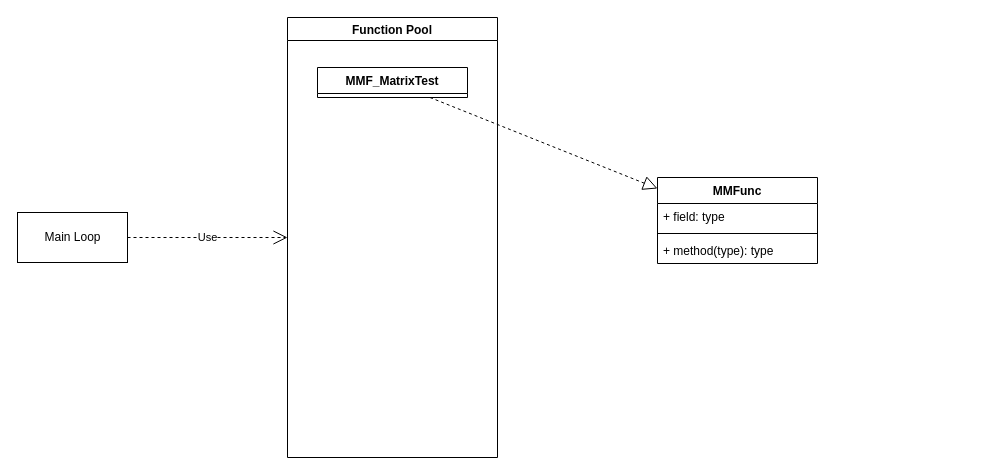
Before: page "功能池" (2 of 2) of doc/MagicMatrix.drawio in AaronMingCN/MagicMatrix, a draw.io diagram. Source tidied: cells renumbered, new cells numbered last; positions are measured from the earlier drawing's top-left corner, leaving out a move shared by most shapes. Both pictures are drawn from the tidied source at 100%, with x=0, y=0 at pixel (17, 17).
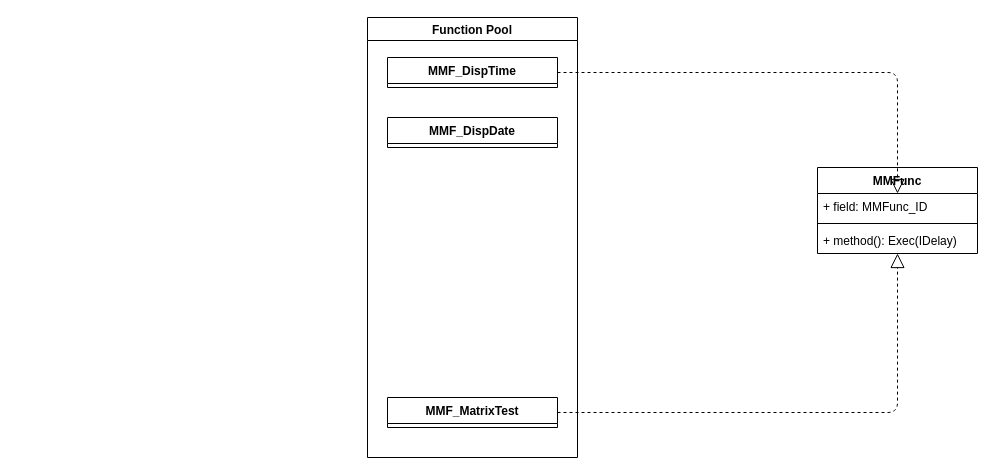
After the change.

Diff of the diagram source:
```diff
@@
 <mxGraphModel>
   <root>
     <mxCell id="0" />
     <mxCell id="1" parent="0" />
     <mxCell id="2" value="Function Pool" style="swimlane;" parent="1" vertex="1">
-      <mxGeometry x="270" width="210" height="440" as="geometry" />
+      <mxGeometry x="350" width="210" height="440" as="geometry" />
     </mxCell>
     <mxCell id="3" value="MMF_MatrixTest" style="swimlane;fontStyle=1;align=center;verticalAlign=top;horizontal=1;startSize=26;" parent="2" vertex="1" collapsed="1">
-      <mxGeometry x="30" y="50" width="150" height="30" as="geometry" />
+      <mxGeometry x="20" y="380" width="170" height="30" as="geometry" />
     </mxCell>
+    <mxCell id="11" value="MMF_DispTime" style="swimlane;fontStyle=1;align=center;verticalAlign=top;horizontal=1;startSize=26;" parent="2" vertex="1" collapsed="1">
+      <mxGeometry x="20" y="40" width="170" height="30" as="geometry" />
+    </mxCell>
+    <mxCell id="12" value="MMF_DispDate" style="swimlane;fontStyle=1;align=center;verticalAlign=top;horizontal=1;startSize=26;" parent="2" vertex="1" collapsed="1">
+      <mxGeometry x="20" y="100" width="170" height="30" as="geometry" />
+    </mxCell>
     <mxCell id="4" value="MMFunc" style="swimlane;fontStyle=1;align=center;verticalAlign=top;horizontal=1;startSize=26;" parent="1" vertex="1">
-      <mxGeometry x="640" y="160" width="160" height="86" as="geometry" />
+      <mxGeometry x="800" y="150" width="160" height="86" as="geometry" />
     </mxCell>
-    <mxCell id="5" value="+ field: type" style="text;strokeColor=none;fillColor=none;align=left;verticalAlign=top;spacingLeft=4;spacingRight=4;overflow=hidden;points=[[0,0.5],[1,0.5]];portConstraint=eastwest;" parent="4" vertex="1">
+    <mxCell id="5" value="+ field: MMFunc_ID" style="text;strokeColor=none;fillColor=none;align=left;verticalAlign=top;spacingLeft=4;spacingRight=4;overflow=hidden;points=[[0,0.5],[1,0.5]];portConstraint=eastwest;" parent="4" vertex="1">
       <mxGeometry y="26" width="160" height="26" as="geometry" />
     </mxCell>
     <mxCell id="6" style="line;strokeWidth=1;fillColor=none;align=left;verticalAlign=middle;spacingTop=-1;spacingLeft=3;spacingRight=3;labelPosition=right;strokeColor=inherit;" parent="4" vertex="1">
       <mxGeometry y="52" width="160" height="8" as="geometry" />
     </mxCell>
-    <mxCell id="7" value="+ method(type): type" style="text;strokeColor=none;fillColor=none;align=left;verticalAlign=top;spacingLeft=4;spacingRight=4;overflow=hidden;" parent="4" vertex="1">
+    <mxCell id="7" value="+ method(): Exec(IDelay)" style="text;strokeColor=none;fillColor=none;align=left;verticalAlign=top;spacingLeft=4;spacingRight=4;overflow=hidden;" parent="4" vertex="1">
       <mxGeometry y="60" width="160" height="26" as="geometry" />
     </mxCell>
-    <mxCell id="8" value="Main Loop" style="html=1;" parent="1" vertex="1">
-      <mxGeometry y="195" width="110" height="50" as="geometry" />
-    </mxCell>
-    <mxCell id="9" style="endArrow=block;dashed=1;endFill=0;endSize=12;html=1;" parent="1" edge="1" source="3" target="4">
+    <mxCell id="9" style="endArrow=block;dashed=1;endFill=0;endSize=12;html=1;edgeStyle=orthogonalEdgeStyle;" parent="1" edge="1" source="3" target="4">
       <mxGeometry relative="1" as="geometry" />
     </mxCell>
-    <mxCell id="10" value="Use" style="endArrow=open;endSize=12;dashed=1;html=1;" parent="1" edge="1" source="8" target="2">
-      <mxGeometry relative="1" as="geometry" />
-    </mxCell>
+    <mxCell id="13" style="endArrow=block;dashed=1;endFill=0;endSize=12;html=1;edgeStyle=orthogonalEdgeStyle;" parent="1" edge="1" source="11" target="5">
+      <mxGeometry relative="1" as="geometry">
+        <Array as="points">
+          <mxPoint x="880" y="55" />
+        </Array>
+      </mxGeometry>
+    </mxCell>
   </root>
 </mxGraphModel>
```
